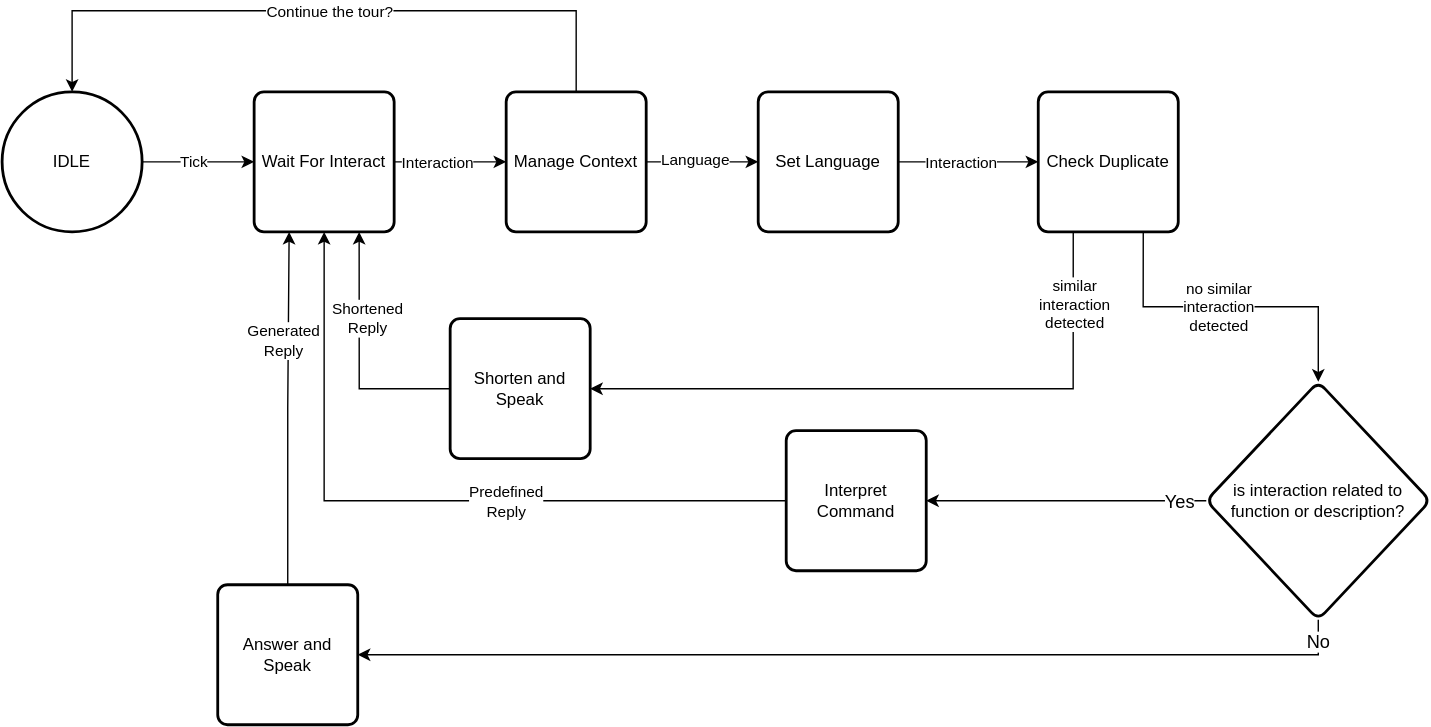
This is src/skills/dialog_skill/images/Dialog_pipeline.drawio.svg from convince-project/UC3, a draw.io export, as it was before one commit. Source tidied: cells renumbered, new cells last; positions are measured from the earlier drawing's top-left corner, leaving out a move shared by most shapes.
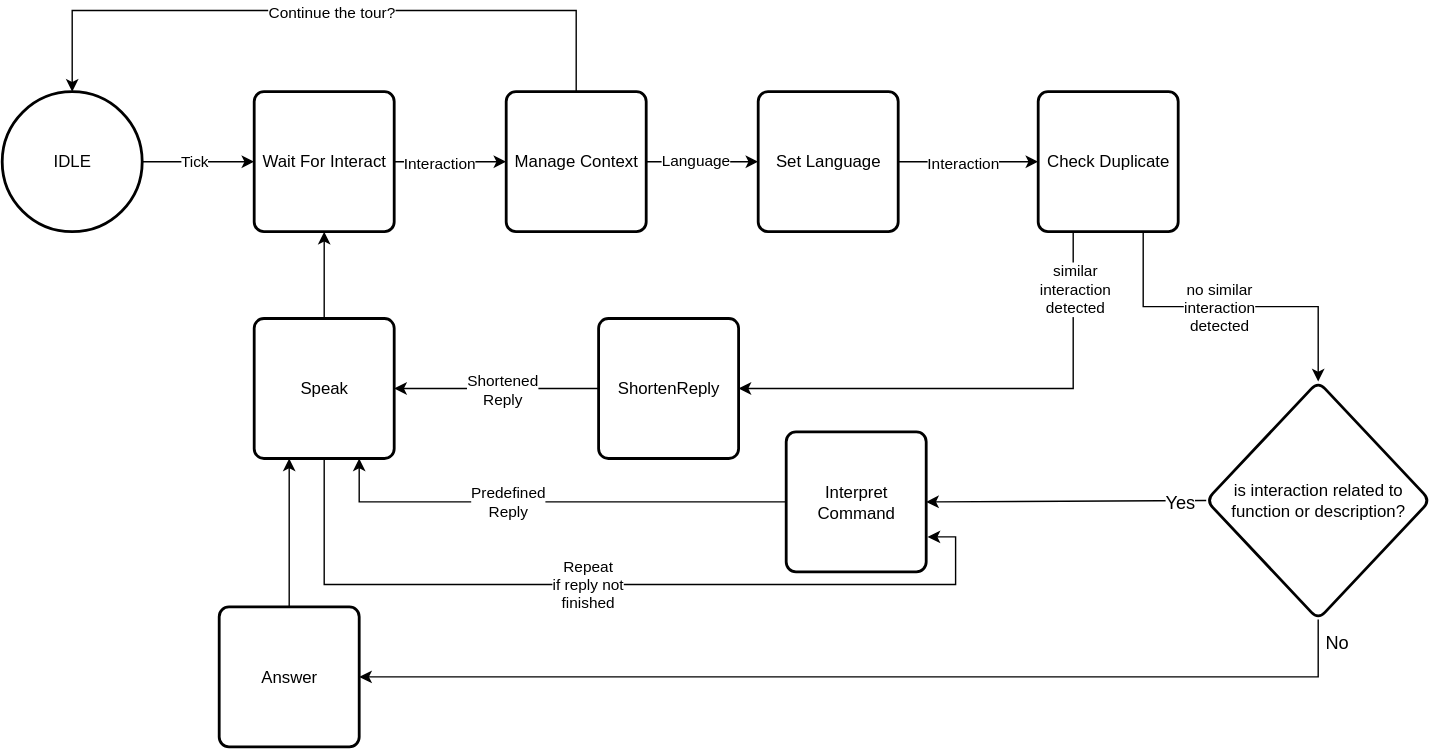
After the commit.

Change to the diagram source:
```diff
@@ -25,13 +25,13 @@
     <mxCell id="8" style="edgeStyle=orthogonalEdgeStyle;rounded=0;jettySize=auto;html=1;entryX=1;entryY=0.5;entryDx=0;entryDy=0;exitX=0.5;exitY=1;exitDx=0;exitDy=0;" parent="1" edge="1" source="30" target="16">
       <mxGeometry relative="1" as="geometry">
         <Array as="points">
-          <mxPoint x="940" y="460" />
+          <mxPoint x="940" y="476" />
         </Array>
       </mxGeometry>
     </mxCell>
     <mxCell id="9" value="&lt;font style=&quot;font-size: 13px;&quot;&gt;No&lt;/font&gt;" style="edgeLabel;html=1;align=center;verticalAlign=middle;" parent="8" vertex="1">
       <mxGeometry x="-0.09" y="-1" relative="1" as="geometry">
-        <mxPoint x="298" y="-9" as="offset" />
+        <mxPoint x="301" y="-25" as="offset" />
       </mxGeometry>
     </mxCell>
     <mxCell id="10" style="edgeStyle=orthogonalEdgeStyle;rounded=0;jettySize=auto;html=1;entryX=1;entryY=0.5;entryDx=0;entryDy=0;exitX=0.25;exitY=1;exitDx=0;exitDy=0;" parent="1" edge="1" source="14" target="15">
@@ -55,32 +55,23 @@
     <mxCell id="14" value="Check Duplicate" style="rounded=1;whiteSpace=wrap;html=1;absoluteArcSize=1;arcSize=14;strokeWidth=2;" parent="1" vertex="1">
       <mxGeometry x="740" y="58" width="100" height="100" as="geometry" />
     </mxCell>
-    <mxCell id="15" value="Shorten and Speak" style="rounded=1;whiteSpace=wrap;html=1;absoluteArcSize=1;arcSize=14;strokeWidth=2;" parent="1" vertex="1">
-      <mxGeometry x="320" y="220" width="100" height="100" as="geometry" />
+    <mxCell id="15" value="ShortenReply" style="rounded=1;whiteSpace=wrap;html=1;absoluteArcSize=1;arcSize=14;strokeWidth=2;" parent="1" vertex="1">
+      <mxGeometry x="426" y="220" width="100" height="100" as="geometry" />
     </mxCell>
-    <mxCell id="16" value="Answer and Speak" style="rounded=1;whiteSpace=wrap;html=1;absoluteArcSize=1;arcSize=14;strokeWidth=2;" parent="1" vertex="1">
-      <mxGeometry x="154" y="410" width="100" height="100" as="geometry" />
+    <mxCell id="16" value="Answer" style="rounded=1;whiteSpace=wrap;html=1;absoluteArcSize=1;arcSize=14;strokeWidth=2;" parent="1" vertex="1">
+      <mxGeometry x="155" y="426" width="100" height="100" as="geometry" />
     </mxCell>
-    <mxCell id="17" style="edgeStyle=orthogonalEdgeStyle;rounded=0;jettySize=auto;html=1;entryX=0.75;entryY=1;entryDx=0;entryDy=0;exitX=0;exitY=0.5;exitDx=0;exitDy=0;" parent="1" edge="1" source="15" target="7">
-      <mxGeometry relative="1" as="geometry">
-        <Array as="points">
-          <mxPoint x="255" y="270" />
-        </Array>
-      </mxGeometry>
+    <mxCell id="17" style="edgeStyle=orthogonalEdgeStyle;rounded=0;jettySize=auto;html=1;entryX=1;entryY=0.5;entryDx=0;entryDy=0;exitX=0;exitY=0.5;exitDx=0;exitDy=0;" parent="1" edge="1" source="15" target="38">
+      <mxGeometry relative="1" as="geometry" />
     </mxCell>
     <mxCell id="18" value="Shortened&lt;br&gt;Reply" style="edgeLabel;html=1;align=center;verticalAlign=middle;" parent="17" vertex="1">
       <mxGeometry x="-0.21" y="-2" relative="1" as="geometry">
-        <mxPoint x="3" y="-46" as="offset" />
+        <mxPoint x="-13" y="2" as="offset" />
       </mxGeometry>
     </mxCell>
-    <mxCell id="19" style="edgeStyle=orthogonalEdgeStyle;rounded=0;jettySize=auto;html=1;entryX=0.25;entryY=1;entryDx=0;entryDy=0;" parent="1" edge="1" source="16" target="7">
+    <mxCell id="19" style="edgeStyle=orthogonalEdgeStyle;rounded=0;jettySize=auto;html=1;entryX=0.5;entryY=1;entryDx=0;entryDy=0;" parent="1" edge="1" source="38" target="7">
       <mxGeometry relative="1" as="geometry" />
     </mxCell>
-    <mxCell id="20" value="Generated&lt;br&gt;Reply" style="edgeLabel;html=1;align=center;verticalAlign=middle;" parent="19" vertex="1">
-      <mxGeometry x="0.38" y="1" relative="1" as="geometry">
-        <mxPoint x="-4" as="offset" />
-      </mxGeometry>
-    </mxCell>
     <mxCell id="21" style="edgeStyle=orthogonalEdgeStyle;rounded=0;jettySize=auto;html=1;exitX=1;exitY=0.5;exitDx=0;exitDy=0;" parent="1" edge="1" source="7" target="24">
       <mxGeometry relative="1" as="geometry" />
     </mxCell>
@@ -89,7 +80,7 @@
         <mxPoint y="-3" as="offset" />
       </mxGeometry>
     </mxCell>
-    <mxCell id="23" style="edgeStyle=orthogonalEdgeStyle;rounded=0;jettySize=auto;html=1;exitX=0;exitY=0.5;exitDx=0;exitDy=0;entryX=0.5;entryY=1;entryDx=0;entryDy=0;" parent="1" edge="1" source="34" target="7">
+    <mxCell id="23" style="edgeStyle=orthogonalEdgeStyle;rounded=0;jettySize=auto;html=1;exitX=0;exitY=0.5;exitDx=0;exitDy=0;entryX=0.75;entryY=1;entryDx=0;entryDy=0;" parent="1" edge="1" source="34" target="38">
       <mxGeometry relative="1" as="geometry" />
     </mxCell>
     <mxCell id="24" value="Manage Context" style="rounded=1;whiteSpace=wrap;html=1;absoluteArcSize=1;arcSize=14;strokeWidth=2;" parent="1" vertex="1">
@@ -136,7 +127,28 @@
       </mxGeometry>
     </mxCell>
     <mxCell id="34" value="&lt;div&gt;Interpret&lt;/div&gt;&lt;div&gt;Command&lt;/div&gt;" style="rounded=1;whiteSpace=wrap;html=1;absoluteArcSize=1;arcSize=14;strokeWidth=2;" parent="1" vertex="1">
-      <mxGeometry x="560" y="300" width="100" height="100" as="geometry" />
+      <mxGeometry x="560" y="301" width="100" height="100" as="geometry" />
     </mxCell>
+    <mxCell id="35" style="edgeStyle=orthogonalEdgeStyle;rounded=0;jettySize=auto;html=1;entryX=0.25;entryY=1;entryDx=0;entryDy=0;" parent="1" edge="1" source="16" target="38">
+      <mxGeometry relative="1" as="geometry" />
+    </mxCell>
+    <mxCell id="36" style="edgeStyle=orthogonalEdgeStyle;rounded=0;orthogonalLoop=1;jettySize=auto;html=1;exitX=0.5;exitY=1;exitDx=0;exitDy=0;entryX=1;entryY=0.75;entryDx=0;entryDy=0;" parent="1" edge="1">
+      <mxGeometry relative="1" as="geometry">
+        <mxPoint x="231" y="320" as="sourcePoint" />
+        <mxPoint x="661" y="376" as="targetPoint" />
+        <Array as="points">
+          <mxPoint x="230" y="320" />
+          <mxPoint x="230" y="410" />
+          <mxPoint x="681" y="410" />
+          <mxPoint x="681" y="376" />
+        </Array>
+      </mxGeometry>
+    </mxCell>
+    <mxCell id="37" value="Repeat&lt;br&gt;&lt;div&gt;if reply not&lt;/div&gt;&lt;div&gt;finished&lt;/div&gt;" style="edgeLabel;html=1;align=center;verticalAlign=middle;" parent="36" vertex="1">
+      <mxGeometry x="-0.07" y="1" relative="1" as="geometry" />
+    </mxCell>
+    <mxCell id="38" value="Speak" style="rounded=1;whiteSpace=wrap;html=1;absoluteArcSize=1;arcSize=14;strokeWidth=2;" parent="1" vertex="1">
+      <mxGeometry x="180" y="220" width="100" height="100" as="geometry" />
+    </mxCell>
   </root>
 </mxGraphModel>
```
